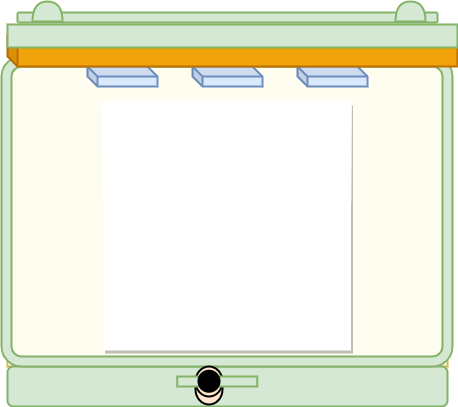
Before: experiment/simulation/images/agel-making-case.png, a diagram exported from draw.io (virtual-labs/exp-dna-agarose-gel-electrophoresis-iitkgp). Source tidied: cells renumbered, new cells last; positions are measured from the earlier drawing's top-left corner, leaving out a move shared by most shapes. Source of this version:
```xml
<mxGraphModel>
  <root>
    <mxCell id="0" />
    <mxCell id="1" parent="0" />
    <mxCell id="2" style="rounded=0;whiteSpace=wrap;html=1;shadow=0;strokeWidth=2;fillColor=#E6FFCC;strokeColor=#000000;" parent="1" vertex="1">
      <mxGeometry x="165.5" y="380" width="100.5" height="9.5" as="geometry" />
    </mxCell>
    <mxCell id="3" style="rounded=1;whiteSpace=wrap;html=1;strokeWidth=2;fillColor=#d5e8d4;strokeColor=#82b366;" parent="1" vertex="1">
      <mxGeometry x="16" y="16" width="420" height="10" as="geometry" />
    </mxCell>
    <mxCell id="4" style="shape=or;whiteSpace=wrap;html=1;rotation=-90;strokeWidth=2;fillColor=#d5e8d4;strokeColor=#82b366;" parent="1" vertex="1">
      <mxGeometry x="36" width="20" height="30" as="geometry" />
    </mxCell>
    <mxCell id="5" style="shape=or;whiteSpace=wrap;html=1;rotation=-90;strokeWidth=2;fillColor=#d5e8d4;strokeColor=#82b366;" parent="1" vertex="1">
      <mxGeometry x="399" width="20" height="30" as="geometry" />
    </mxCell>
    <mxCell id="6" style="rounded=0;whiteSpace=wrap;html=1;strokeWidth=2;fillColor=#FFFCF0;strokeColor=#d6b656;" parent="1" vertex="1">
      <mxGeometry x="6" y="70" width="440" height="300" as="geometry" />
    </mxCell>
    <mxCell id="7" style="rounded=1;whiteSpace=wrap;html=1;strokeWidth=2;fillColor=#d5e8d4;strokeColor=#82b366;" parent="1" vertex="1">
      <mxGeometry x="6" y="370" width="440" height="40" as="geometry" />
    </mxCell>
    <mxCell id="8" style="whiteSpace=wrap;html=1;strokeWidth=2;glass=1;rounded=0;shadow=1;strokeColor=none;" parent="1" vertex="1">
      <mxGeometry x="101.5" y="106" width="248" height="248" as="geometry" />
    </mxCell>
    <mxCell id="9" style="verticalLabelPosition=bottom;verticalAlign=top;html=1;shape=mxgraph.basic.rounded_frame;dx=10;strokeWidth=2;fillColor=#d5e8d4;strokeColor=#82b366;" parent="1" vertex="1">
      <mxGeometry y="60" width="451" height="310" as="geometry" />
    </mxCell>
    <mxCell id="10" style="shape=cube;whiteSpace=wrap;html=1;boundedLbl=1;backgroundOutline=1;darkOpacity=0.05;darkOpacity2=0.1;strokeWidth=2;size=10;fillColor=#dae8fc;strokeColor=#6c8ebf;" parent="1" vertex="1">
      <mxGeometry x="86" y="70" width="70" height="20" as="geometry" />
    </mxCell>
    <mxCell id="11" style="shape=cube;whiteSpace=wrap;html=1;boundedLbl=1;backgroundOutline=1;darkOpacity=0.05;darkOpacity2=0.1;strokeWidth=2;size=10;fillColor=#dae8fc;strokeColor=#6c8ebf;" parent="1" vertex="1">
      <mxGeometry x="191" y="70" width="70" height="20" as="geometry" />
    </mxCell>
    <mxCell id="12" style="shape=cube;whiteSpace=wrap;html=1;boundedLbl=1;backgroundOutline=1;darkOpacity=0.05;darkOpacity2=0.1;strokeWidth=2;size=10;fillColor=#dae8fc;strokeColor=#6c8ebf;" parent="1" vertex="1">
      <mxGeometry x="296" y="70" width="70" height="20" as="geometry" />
    </mxCell>
    <mxCell id="13" style="shape=cube;whiteSpace=wrap;html=1;boundedLbl=1;backgroundOutline=1;darkOpacity=0.05;darkOpacity2=0.1;strokeWidth=2;shadow=0;size=10;fillColor=#f0a30a;fontColor=#000000;strokeColor=#BD7000;" parent="1" vertex="1">
      <mxGeometry x="6" y="40" width="450" height="30" as="geometry" />
    </mxCell>
    <mxCell id="14" style="rounded=0;whiteSpace=wrap;html=1;shadow=0;strokeWidth=2;fillColor=#d5e8d4;strokeColor=#82b366;" parent="1" vertex="1">
      <mxGeometry x="6" y="28" width="450" height="23" as="geometry" />
    </mxCell>
    <mxCell id="15" style="shape=cylinder3;whiteSpace=wrap;html=1;boundedLbl=1;backgroundOutline=1;size=15;shadow=0;strokeWidth=2;fillColor=#FFE6CC;" parent="1" vertex="1">
      <mxGeometry x="194" y="370" width="27" height="38" as="geometry" />
    </mxCell>
    <mxCell id="16" style="rounded=0;whiteSpace=wrap;html=1;shadow=0;strokeColor=#82b366;strokeWidth=2;fillColor=#d5e8d4;" parent="1" vertex="1">
      <mxGeometry x="175.8" y="380" width="80" height="10" as="geometry" />
    </mxCell>
    <mxCell id="17" style="ellipse;whiteSpace=wrap;html=1;shadow=0;strokeWidth=2;fillColor=#000000;" parent="1" vertex="1">
      <mxGeometry x="197" y="374.2" width="21" height="21" as="geometry" />
    </mxCell>
  </root>
</mxGraphModel>
```
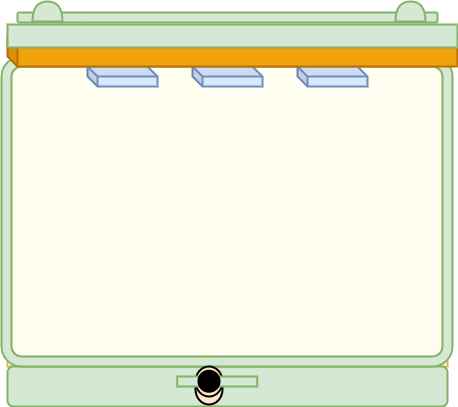
Later version of the same file.

What changed in the source:
```diff
@@ -20,7 +20,7 @@
     <mxCell id="7" style="rounded=1;whiteSpace=wrap;html=1;strokeWidth=2;fillColor=#d5e8d4;strokeColor=#82b366;" parent="1" vertex="1">
       <mxGeometry x="6" y="370" width="440" height="40" as="geometry" />
     </mxCell>
-    <mxCell id="8" style="whiteSpace=wrap;html=1;strokeWidth=2;glass=1;rounded=0;shadow=1;strokeColor=none;" parent="1" vertex="1">
+    <mxCell id="8" style="whiteSpace=wrap;html=1;strokeWidth=2;glass=0;rounded=0;shadow=0;strokeColor=none;fillColor=none;" parent="1" vertex="1">
       <mxGeometry x="101.5" y="106" width="248" height="248" as="geometry" />
     </mxCell>
     <mxCell id="9" style="verticalLabelPosition=bottom;verticalAlign=top;html=1;shape=mxgraph.basic.rounded_frame;dx=10;strokeWidth=2;fillColor=#d5e8d4;strokeColor=#82b366;" parent="1" vertex="1">
```
